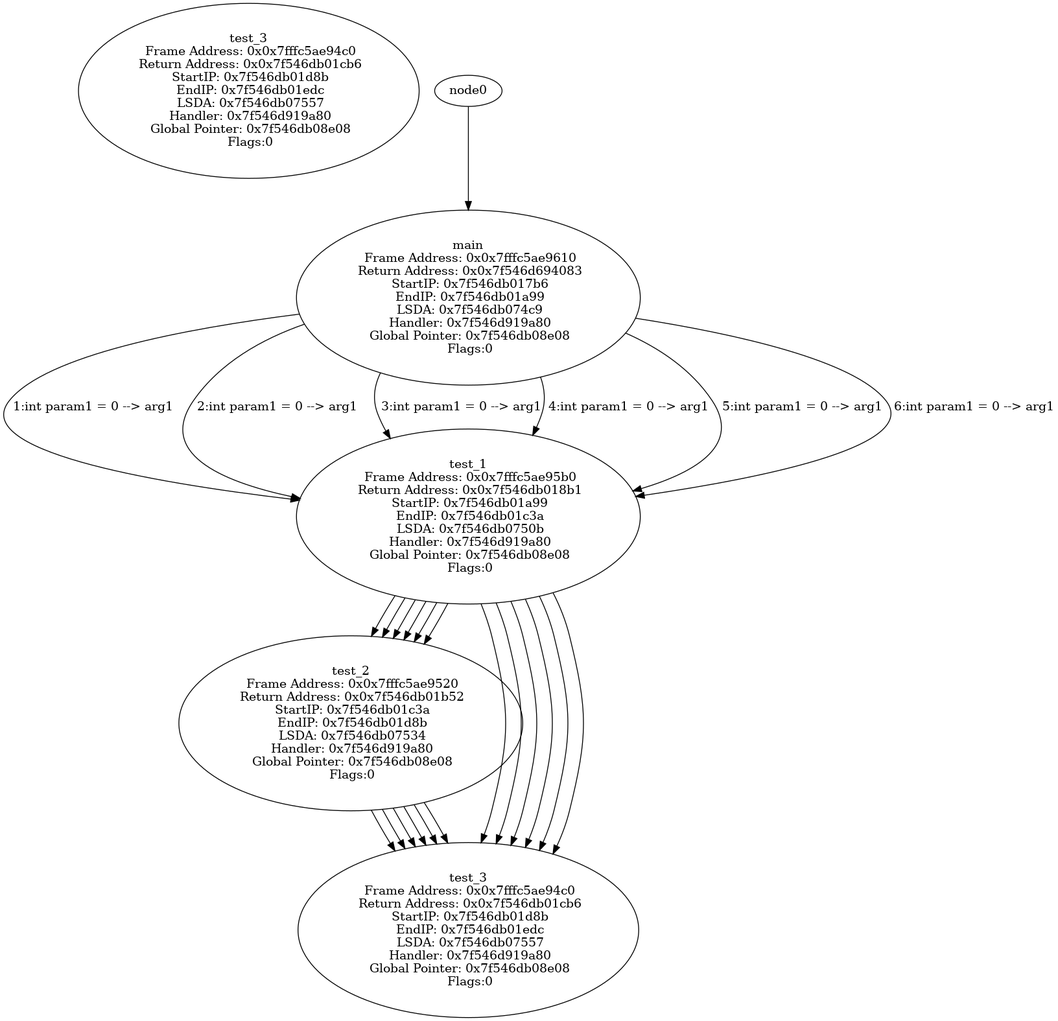
SameerDalal/backtrace keeps this Graphviz diagram as tree.png. Above is the earlier version. Its source is kept beside it as tree.dot.
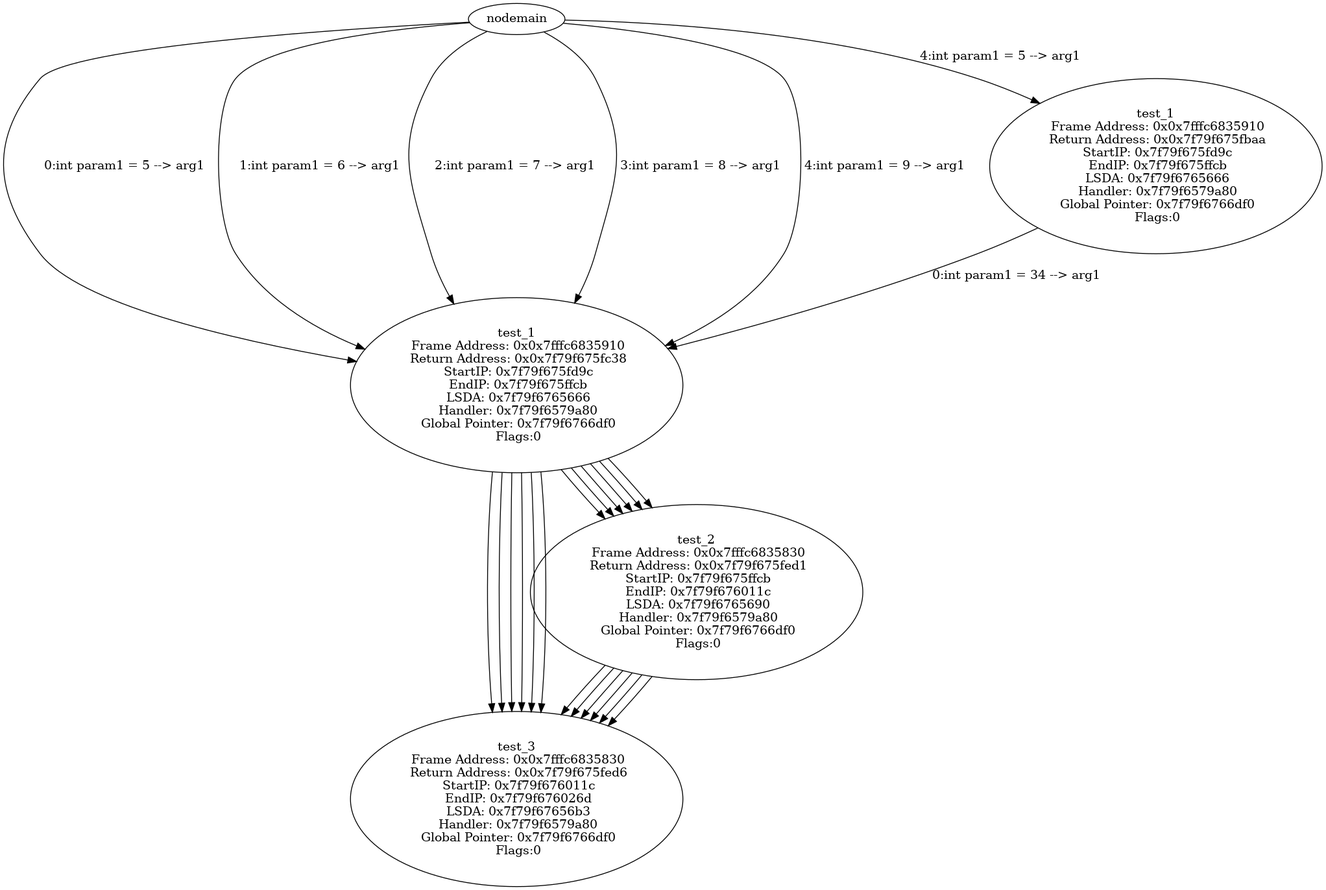
Later version of the same file.

What changed in the source:
```diff
@@ -1,52 +1,50 @@
 digraph ContextTree {
-node139809273187879 [label="test_3\n Frame Address: 0x0x7ffff8c0b200\n Return Address: 0x0x7f27e2108d52\n StartIP: 0x7f27e2108e27\n EndIP: 0x7f27e2108f78\n LSDA: 0x7f27e210e55c\n Handler: 0x7f27e1f29a80\n Global Pointer: 0x7f27e210fe08\n Flags:0"];
-node7f27e2108cd6 -> node7f27e2108e27
-node7f27e2108cd6 [label="test_2\n Frame Address: 0x0x7ffff8c0b260\n Return Address: 0x0x7f27e2108bdc\n StartIP: 0x7f27e2108cd6\n EndIP: 0x7f27e2108e27\n LSDA: 0x7f27e210e539\n Handler: 0x7f27e1f29a80\n Global Pointer: 0x7f27e210fe08\n Flags:0"];
-node7f27e2108ad0 -> node7f27e2108cd6
-node7f27e2108e27 [label="test_3\n Frame Address: 0x0x7ffff8c0b200\n Return Address: 0x0x7f27e2108d52\n StartIP: 0x7f27e2108e27\n EndIP: 0x7f27e2108f78\n LSDA: 0x7f27e210e55c\n Handler: 0x7f27e1f29a80\n Global Pointer: 0x7f27e210fe08\n Flags:0"];
-node7f27e2108ad0 -> node7f27e2108e27
-node7f27e2108ad0 [label="test_1\n Frame Address: 0x0x7ffff8c0b340\n Return Address: 0x0x7f27e21088e8\n StartIP: 0x7f27e2108ad0\n EndIP: 0x7f27e2108cd6\n LSDA: 0x7f27e210e510\n Handler: 0x7f27e1f29a80\n Global Pointer: 0x7f27e210fe08\n Flags:0"];
-node7f27e21087b6 -> node7f27e2108ad0 [label=" 1:int param1 = 0 --> arg1"];
-node7f27e2108e27 [label="test_3\n Frame Address: 0x0x7ffff8c0b200\n Return Address: 0x0x7f27e2108d52\n StartIP: 0x7f27e2108e27\n EndIP: 0x7f27e2108f78\n LSDA: 0x7f27e210e55c\n Handler: 0x7f27e1f29a80\n Global Pointer: 0x7f27e210fe08\n Flags:0"];
-node7f27e2108cd6 -> node7f27e2108e27
-node7f27e2108cd6 [label="test_2\n Frame Address: 0x0x7ffff8c0b260\n Return Address: 0x0x7f27e2108bdc\n StartIP: 0x7f27e2108cd6\n EndIP: 0x7f27e2108e27\n LSDA: 0x7f27e210e539\n Handler: 0x7f27e1f29a80\n Global Pointer: 0x7f27e210fe08\n Flags:0"];
-node7f27e2108ad0 -> node7f27e2108cd6
-node7f27e2108e27 [label="test_3\n Frame Address: 0x0x7ffff8c0b200\n Return Address: 0x0x7f27e2108d52\n StartIP: 0x7f27e2108e27\n EndIP: 0x7f27e2108f78\n LSDA: 0x7f27e210e55c\n Handler: 0x7f27e1f29a80\n Global Pointer: 0x7f27e210fe08\n Flags:0"];
-node7f27e2108ad0 -> node7f27e2108e27
-node7f27e2108ad0 [label="test_1\n Frame Address: 0x0x7ffff8c0b340\n Return Address: 0x0x7f27e21088e8\n StartIP: 0x7f27e2108ad0\n EndIP: 0x7f27e2108cd6\n LSDA: 0x7f27e210e510\n Handler: 0x7f27e1f29a80\n Global Pointer: 0x7f27e210fe08\n Flags:0"];
-node7f27e21087b6 -> node7f27e2108ad0 [label=" 2:int param1 = 0 --> arg1"];
-node7f27e2108e27 [label="test_3\n Frame Address: 0x0x7ffff8c0b200\n Return Address: 0x0x7f27e2108d52\n StartIP: 0x7f27e2108e27\n EndIP: 0x7f27e2108f78\n LSDA: 0x7f27e210e55c\n Handler: 0x7f27e1f29a80\n Global Pointer: 0x7f27e210fe08\n Flags:0"];
-node7f27e2108cd6 -> node7f27e2108e27
-node7f27e2108cd6 [label="test_2\n Frame Address: 0x0x7ffff8c0b260\n Return Address: 0x0x7f27e2108bdc\n StartIP: 0x7f27e2108cd6\n EndIP: 0x7f27e2108e27\n LSDA: 0x7f27e210e539\n Handler: 0x7f27e1f29a80\n Global Pointer: 0x7f27e210fe08\n Flags:0"];
-node7f27e2108ad0 -> node7f27e2108cd6
-node7f27e2108e27 [label="test_3\n Frame Address: 0x0x7ffff8c0b200\n Return Address: 0x0x7f27e2108d52\n StartIP: 0x7f27e2108e27\n EndIP: 0x7f27e2108f78\n LSDA: 0x7f27e210e55c\n Handler: 0x7f27e1f29a80\n Global Pointer: 0x7f27e210fe08\n Flags:0"];
-node7f27e2108ad0 -> node7f27e2108e27
-node7f27e2108ad0 [label="test_1\n Frame Address: 0x0x7ffff8c0b340\n Return Address: 0x0x7f27e21088e8\n StartIP: 0x7f27e2108ad0\n EndIP: 0x7f27e2108cd6\n LSDA: 0x7f27e210e510\n Handler: 0x7f27e1f29a80\n Global Pointer: 0x7f27e210fe08\n Flags:0"];
-node7f27e21087b6 -> node7f27e2108ad0 [label=" 3:int param1 = 0 --> arg1"];
-node7f27e2108e27 [label="test_3\n Frame Address: 0x0x7ffff8c0b200\n Return Address: 0x0x7f27e2108d52\n StartIP: 0x7f27e2108e27\n EndIP: 0x7f27e2108f78\n LSDA: 0x7f27e210e55c\n Handler: 0x7f27e1f29a80\n Global Pointer: 0x7f27e210fe08\n Flags:0"];
-node7f27e2108cd6 -> node7f27e2108e27
-node7f27e2108cd6 [label="test_2\n Frame Address: 0x0x7ffff8c0b260\n Return Address: 0x0x7f27e2108bdc\n StartIP: 0x7f27e2108cd6\n EndIP: 0x7f27e2108e27\n LSDA: 0x7f27e210e539\n Handler: 0x7f27e1f29a80\n Global Pointer: 0x7f27e210fe08\n Flags:0"];
-node7f27e2108ad0 -> node7f27e2108cd6
-node7f27e2108e27 [label="test_3\n Frame Address: 0x0x7ffff8c0b200\n Return Address: 0x0x7f27e2108d52\n StartIP: 0x7f27e2108e27\n EndIP: 0x7f27e2108f78\n LSDA: 0x7f27e210e55c\n Handler: 0x7f27e1f29a80\n Global Pointer: 0x7f27e210fe08\n Flags:0"];
-node7f27e2108ad0 -> node7f27e2108e27
-node7f27e2108ad0 [label="test_1\n Frame Address: 0x0x7ffff8c0b340\n Return Address: 0x0x7f27e21088e8\n StartIP: 0x7f27e2108ad0\n EndIP: 0x7f27e2108cd6\n LSDA: 0x7f27e210e510\n Handler: 0x7f27e1f29a80\n Global Pointer: 0x7f27e210fe08\n Flags:0"];
-node7f27e21087b6 -> node7f27e2108ad0 [label=" 4:int param1 = 0 --> arg1"];
-node7f27e2108e27 [label="test_3\n Frame Address: 0x0x7ffff8c0b200\n Return Address: 0x0x7f27e2108d52\n StartIP: 0x7f27e2108e27\n EndIP: 0x7f27e2108f78\n LSDA: 0x7f27e210e55c\n Handler: 0x7f27e1f29a80\n Global Pointer: 0x7f27e210fe08\n Flags:0"];
-node7f27e2108cd6 -> node7f27e2108e27
-node7f27e2108cd6 [label="test_2\n Frame Address: 0x0x7ffff8c0b260\n Return Address: 0x0x7f27e2108bdc\n StartIP: 0x7f27e2108cd6\n EndIP: 0x7f27e2108e27\n LSDA: 0x7f27e210e539\n Handler: 0x7f27e1f29a80\n Global Pointer: 0x7f27e210fe08\n Flags:0"];
-node7f27e2108ad0 -> node7f27e2108cd6
-node7f27e2108e27 [label="test_3\n Frame Address: 0x0x7ffff8c0b200\n Return Address: 0x0x7f27e2108d52\n StartIP: 0x7f27e2108e27\n EndIP: 0x7f27e2108f78\n LSDA: 0x7f27e210e55c\n Handler: 0x7f27e1f29a80\n Global Pointer: 0x7f27e210fe08\n Flags:0"];
-node7f27e2108ad0 -> node7f27e2108e27
-node7f27e2108ad0 [label="test_1\n Frame Address: 0x0x7ffff8c0b340\n Return Address: 0x0x7f27e21088e8\n StartIP: 0x7f27e2108ad0\n EndIP: 0x7f27e2108cd6\n LSDA: 0x7f27e210e510\n Handler: 0x7f27e1f29a80\n Global Pointer: 0x7f27e210fe08\n Flags:0"];
-node7f27e21087b6 -> node7f27e2108ad0 [label=" 5:int param1 = 0 --> arg1"];
-node7f27e2108e27 [label="test_3\n Frame Address: 0x0x7ffff8c0b200\n Return Address: 0x0x7f27e2108d52\n StartIP: 0x7f27e2108e27\n EndIP: 0x7f27e2108f78\n LSDA: 0x7f27e210e55c\n Handler: 0x7f27e1f29a80\n Global Pointer: 0x7f27e210fe08\n Flags:0"];
-node7f27e2108cd6 -> node7f27e2108e27
-node7f27e2108cd6 [label="test_2\n Frame Address: 0x0x7ffff8c0b260\n Return Address: 0x0x7f27e2108bdc\n StartIP: 0x7f27e2108cd6\n EndIP: 0x7f27e2108e27\n LSDA: 0x7f27e210e539\n Handler: 0x7f27e1f29a80\n Global Pointer: 0x7f27e210fe08\n Flags:0"];
-node7f27e2108ad0 -> node7f27e2108cd6
-node7f27e2108e27 [label="test_3\n Frame Address: 0x0x7ffff8c0b200\n Return Address: 0x0x7f27e2108d52\n StartIP: 0x7f27e2108e27\n EndIP: 0x7f27e2108f78\n LSDA: 0x7f27e210e55c\n Handler: 0x7f27e1f29a80\n Global Pointer: 0x7f27e210fe08\n Flags:0"];
-node7f27e2108ad0 -> node7f27e2108e27
-node7f27e2108ad0 [label="test_1\n Frame Address: 0x0x7ffff8c0b340\n Return Address: 0x0x7f27e21088e8\n StartIP: 0x7f27e2108ad0\n EndIP: 0x7f27e2108cd6\n LSDA: 0x7f27e210e510\n Handler: 0x7f27e1f29a80\n Global Pointer: 0x7f27e210fe08\n Flags:0"];
-node7f27e21087b6 -> node7f27e2108ad0 [label=" 6:int param1 = 0 --> arg1"];
-node7f27e21087b6 [label="main\n Frame Address: 0x0x7ffff8c0b3b0\n Return Address: 0x0x7f27e1ca4083\n StartIP: 0x7f27e21087b6\n EndIP: 0x7f27e2108ad0\n LSDA: 0x7f27e210e4c9\n Handler: 0x7f27e1f29a80\n Global Pointer: 0x7f27e210fe08\n Flags:0"];
-node0 -> node7f27e21087b6
-}
+nodetest_3 [label="test_3\n Frame Address: 0x0x7ffffffede80\n Return Address: 0x0x8007fad\n StartIP: 0x8008082\n EndIP: 0x80081d3\n LSDA: 0x800d6a1\n Handler: 0x7fffff619a80\n Global Pointer: 0x800edf0\n Flags:0"];
+nodetest_2 -> nodetest_3
+nodetest_2 [label="test_2\n Frame Address: 0x0x7ffffffedee0\n Return Address: 0x0x8007e37\n StartIP: 0x8007f31\n EndIP: 0x8008082\n LSDA: 0x800d67e\n Handler: 0x7fffff619a80\n Global Pointer: 0x800edf0\n Flags:0"];
+nodetest_1 -> nodetest_2
+nodetest_3 [label="test_3\n Frame Address: 0x0x7ffffffedee0\n Return Address: 0x0x8007e3c\n StartIP: 0x8008082\n EndIP: 0x80081d3\n LSDA: 0x800d6a1\n Handler: 0x7fffff619a80\n Global Pointer: 0x800edf0\n Flags:0"];
+nodetest_1 -> nodetest_3
+nodetest_1 [label="test_1\n Frame Address: 0x0x7ffffffedfc0\n Return Address: 0x0x8007b10\n StartIP: 0x8007d02\n EndIP: 0x8007f31\n LSDA: 0x800d654\n Handler: 0x7fffff619a80\n Global Pointer: 0x800edf0\n Flags:0"];
+nodemain -> nodetest_1 [label=" 0:int param1 = 5 --> arg1"];
+nodetest_3 [label="test_3\n Frame Address: 0x0x7ffffffede80\n Return Address: 0x0x8007fad\n StartIP: 0x8008082\n EndIP: 0x80081d3\n LSDA: 0x800d6a1\n Handler: 0x7fffff619a80\n Global Pointer: 0x800edf0\n Flags:0"];
+nodetest_2 -> nodetest_3
+nodetest_2 [label="test_2\n Frame Address: 0x0x7ffffffedee0\n Return Address: 0x0x8007e37\n StartIP: 0x8007f31\n EndIP: 0x8008082\n LSDA: 0x800d67e\n Handler: 0x7fffff619a80\n Global Pointer: 0x800edf0\n Flags:0"];
+nodetest_1 -> nodetest_2
+nodetest_3 [label="test_3\n Frame Address: 0x0x7ffffffedee0\n Return Address: 0x0x8007e3c\n StartIP: 0x8008082\n EndIP: 0x80081d3\n LSDA: 0x800d6a1\n Handler: 0x7fffff619a80\n Global Pointer: 0x800edf0\n Flags:0"];
+nodetest_1 -> nodetest_3
+nodetest_1 [label="test_1\n Frame Address: 0x0x7ffffffedfc0\n Return Address: 0x0x8007b10\n StartIP: 0x8007d02\n EndIP: 0x8007f31\n LSDA: 0x800d654\n Handler: 0x7fffff619a80\n Global Pointer: 0x800edf0\n Flags:0"];
+nodemain -> nodetest_1 [label=" 1:int param1 = 6 --> arg1"];
+nodetest_3 [label="test_3\n Frame Address: 0x0x7ffffffede80\n Return Address: 0x0x8007fad\n StartIP: 0x8008082\n EndIP: 0x80081d3\n LSDA: 0x800d6a1\n Handler: 0x7fffff619a80\n Global Pointer: 0x800edf0\n Flags:0"];
+nodetest_2 -> nodetest_3
+nodetest_2 [label="test_2\n Frame Address: 0x0x7ffffffedee0\n Return Address: 0x0x8007e37\n StartIP: 0x8007f31\n EndIP: 0x8008082\n LSDA: 0x800d67e\n Handler: 0x7fffff619a80\n Global Pointer: 0x800edf0\n Flags:0"];
+nodetest_1 -> nodetest_2
+nodetest_3 [label="test_3\n Frame Address: 0x0x7ffffffedee0\n Return Address: 0x0x8007e3c\n StartIP: 0x8008082\n EndIP: 0x80081d3\n LSDA: 0x800d6a1\n Handler: 0x7fffff619a80\n Global Pointer: 0x800edf0\n Flags:0"];
+nodetest_1 -> nodetest_3
+nodetest_1 [label="test_1\n Frame Address: 0x0x7ffffffedfc0\n Return Address: 0x0x8007b10\n StartIP: 0x8007d02\n EndIP: 0x8007f31\n LSDA: 0x800d654\n Handler: 0x7fffff619a80\n Global Pointer: 0x800edf0\n Flags:0"];
+nodemain -> nodetest_1 [label=" 2:int param1 = 7 --> arg1"];
+nodetest_3 [label="test_3\n Frame Address: 0x0x7ffffffede80\n Return Address: 0x0x8007fad\n StartIP: 0x8008082\n EndIP: 0x80081d3\n LSDA: 0x800d6a1\n Handler: 0x7fffff619a80\n Global Pointer: 0x800edf0\n Flags:0"];
+nodetest_2 -> nodetest_3
+nodetest_2 [label="test_2\n Frame Address: 0x0x7ffffffedee0\n Return Address: 0x0x8007e37\n StartIP: 0x8007f31\n EndIP: 0x8008082\n LSDA: 0x800d67e\n Handler: 0x7fffff619a80\n Global Pointer: 0x800edf0\n Flags:0"];
+nodetest_1 -> nodetest_2
+nodetest_3 [label="test_3\n Frame Address: 0x0x7ffffffedee0\n Return Address: 0x0x8007e3c\n StartIP: 0x8008082\n EndIP: 0x80081d3\n LSDA: 0x800d6a1\n Handler: 0x7fffff619a80\n Global Pointer: 0x800edf0\n Flags:0"];
+nodetest_1 -> nodetest_3
+nodetest_1 [label="test_1\n Frame Address: 0x0x7ffffffedfc0\n Return Address: 0x0x8007b10\n StartIP: 0x8007d02\n EndIP: 0x8007f31\n LSDA: 0x800d654\n Handler: 0x7fffff619a80\n Global Pointer: 0x800edf0\n Flags:0"];
+nodemain -> nodetest_1 [label=" 3:int param1 = 8 --> arg1"];
+nodetest_3 [label="test_3\n Frame Address: 0x0x7ffffffede80\n Return Address: 0x0x8007fad\n StartIP: 0x8008082\n EndIP: 0x80081d3\n LSDA: 0x800d6a1\n Handler: 0x7fffff619a80\n Global Pointer: 0x800edf0\n Flags:0"];
+nodetest_2 -> nodetest_3
+nodetest_2 [label="test_2\n Frame Address: 0x0x7ffffffedee0\n Return Address: 0x0x8007e37\n StartIP: 0x8007f31\n EndIP: 0x8008082\n LSDA: 0x800d67e\n Handler: 0x7fffff619a80\n Global Pointer: 0x800edf0\n Flags:0"];
+nodetest_1 -> nodetest_2
+nodetest_3 [label="test_3\n Frame Address: 0x0x7ffffffedee0\n Return Address: 0x0x8007e3c\n StartIP: 0x8008082\n EndIP: 0x80081d3\n LSDA: 0x800d6a1\n Handler: 0x7fffff619a80\n Global Pointer: 0x800edf0\n Flags:0"];
+nodetest_1 -> nodetest_3
+nodetest_1 [label="test_1\n Frame Address: 0x0x7ffffffedfc0\n Return Address: 0x0x8007b10\n StartIP: 0x8007d02\n EndIP: 0x8007f31\n LSDA: 0x800d654\n Handler: 0x7fffff619a80\n Global Pointer: 0x800edf0\n Flags:0"];
+nodemain -> nodetest_1 [label=" 4:int param1 = 9 --> arg1"];
+nodetest_3 [label="test_3\n Frame Address: 0x0x7ffffffede80\n Return Address: 0x0x8007fad\n StartIP: 0x8008082\n EndIP: 0x80081d3\n LSDA: 0x800d6a1\n Handler: 0x7fffff619a80\n Global Pointer: 0x800edf0\n Flags:0"];
+nodetest_2 -> nodetest_3
+nodetest_2 [label="test_2\n Frame Address: 0x0x7ffffffedee0\n Return Address: 0x0x8007e37\n StartIP: 0x8007f31\n EndIP: 0x8008082\n LSDA: 0x800d67e\n Handler: 0x7fffff619a80\n Global Pointer: 0x800edf0\n Flags:0"];
+nodetest_1 -> nodetest_2
+nodetest_3 [label="test_3\n Frame Address: 0x0x7ffffffedee0\n Return Address: 0x0x8007e3c\n StartIP: 0x8008082\n EndIP: 0x80081d3\n LSDA: 0x800d6a1\n Handler: 0x7fffff619a80\n Global Pointer: 0x800edf0\n Flags:0"];
+nodetest_1 -> nodetest_3
+nodetest_1 [label="test_1\n Frame Address: 0x0x7ffffffedfc0\n Return Address: 0x0x8007b9e\n StartIP: 0x8007d02\n EndIP: 0x8007f31\n LSDA: 0x800d654\n Handler: 0x7fffff619a80\n Global Pointer: 0x800edf0\n Flags:0"];
+nodetest_1_ -> nodetest_1 [label=" 0:int param1 = 34 --> arg1"];
+nodetest_1_ [label="test_1\n Frame Address: 0x0x7ffffffedfc0\n Return Address: 0x0x8007b10\n StartIP: 0x8007d02\n EndIP: 0x8007f31\n LSDA: 0x800d654\n Handler: 0x7fffff619a80\n Global Pointer: 0x800edf0\n Flags:0"];
```
